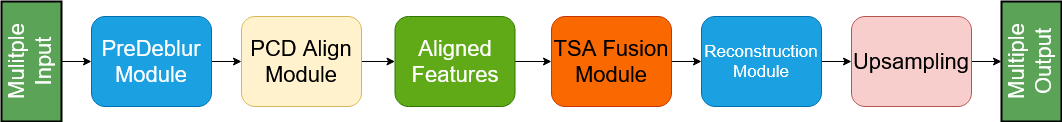
nicolas-gatta/DermaTrack keeps this draw.io diagram as document/schematics/EDVR.png. Above is the earlier version. Source tidied: cells renumbered, new cells last; positions are measured from the earlier drawing's top-left corner, leaving out a move shared by most shapes.
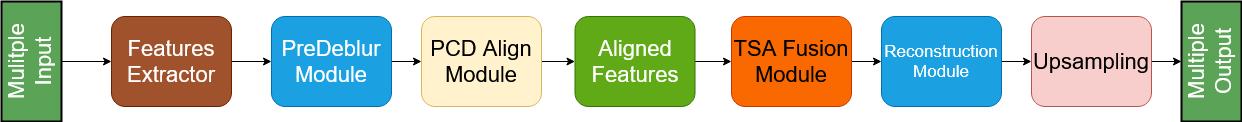
Later version of the same file.

Commit message:
Update EDVR architecture schematic and related image files for clarity and accuracy

Diff of the diagram source:
```diff
@@ -2,11 +2,11 @@
   <root>
     <mxCell id="0" />
     <mxCell id="1" parent="0" />
-    <mxCell id="2" style="edgeStyle=orthogonalEdgeStyle;rounded=0;jettySize=auto;html=1;entryX=0;entryY=0.5;entryDx=0;entryDy=0;" parent="1" edge="1" source="3" target="5">
-      <mxGeometry relative="1" as="geometry" />
-    </mxCell>
+    <mxCell id="17" style="edgeStyle=orthogonalEdgeStyle;rounded=0;jettySize=auto;html=1;" parent="1" edge="1" source="3" target="19">
+      <mxGeometry relative="1" as="geometry" />
+    </mxCell>
     <mxCell id="3" value="&lt;font style=&quot;font-size: 22px; color: light-dark(rgb(255, 255, 255), rgb(237, 237, 237));&quot;&gt;Mulitple Input&lt;/font&gt;" style="rounded=0;whiteSpace=wrap;html=1;rotation=-90;fillColor=light-dark(#5ba457, #1f2f1e);strokeColor=light-dark(#000000, #446e2c);horizontal=0;textDirection=vertical-rl;strokeWidth=2;" parent="1" vertex="1">
-      <mxGeometry y="15" width="120" height="60" as="geometry" />
+      <mxGeometry x="-180" y="15" width="120" height="60" as="geometry" />
     </mxCell>
     <mxCell id="4" style="edgeStyle=orthogonalEdgeStyle;rounded=0;jettySize=auto;html=1;entryX=0;entryY=0.5;entryDx=0;entryDy=0;" parent="1" edge="1" source="5" target="7">
       <mxGeometry relative="1" as="geometry" />
@@ -47,5 +47,11 @@
     <mxCell id="16" value="&lt;font style=&quot;font-size: 22px;&quot;&gt;&lt;span style=&quot;color: light-dark(rgb(255, 255, 255), rgb(237, 237, 237));&quot;&gt;Multiple Output&lt;/span&gt;&lt;/font&gt;" style="rounded=0;whiteSpace=wrap;html=1;rotation=-90;fillColor=light-dark(#5ba457, #1f2f1e);strokeColor=light-dark(#000000, #446e2c);horizontal=0;textDirection=vertical-rl;strokeWidth=2;" parent="1" vertex="1">
       <mxGeometry x="1000" y="15" width="120" height="60" as="geometry" />
     </mxCell>
+    <mxCell id="18" style="edgeStyle=orthogonalEdgeStyle;rounded=0;jettySize=auto;html=1;entryX=0;entryY=0.5;entryDx=0;entryDy=0;" parent="1" edge="1" source="19" target="5">
+      <mxGeometry relative="1" as="geometry" />
+    </mxCell>
+    <mxCell id="19" value="&lt;font style=&quot;font-size: 22px; color: light-dark(rgb(255, 255, 255), rgb(237, 237, 237));&quot;&gt;Features Extractor&lt;/font&gt;" style="rounded=1;whiteSpace=wrap;html=1;fillColor=#a0522d;strokeColor=#6D1F00;fontColor=#ffffff;" parent="1" vertex="1">
+      <mxGeometry x="-40" width="120" height="90" as="geometry" />
+    </mxCell>
   </root>
 </mxGraphModel>
```
